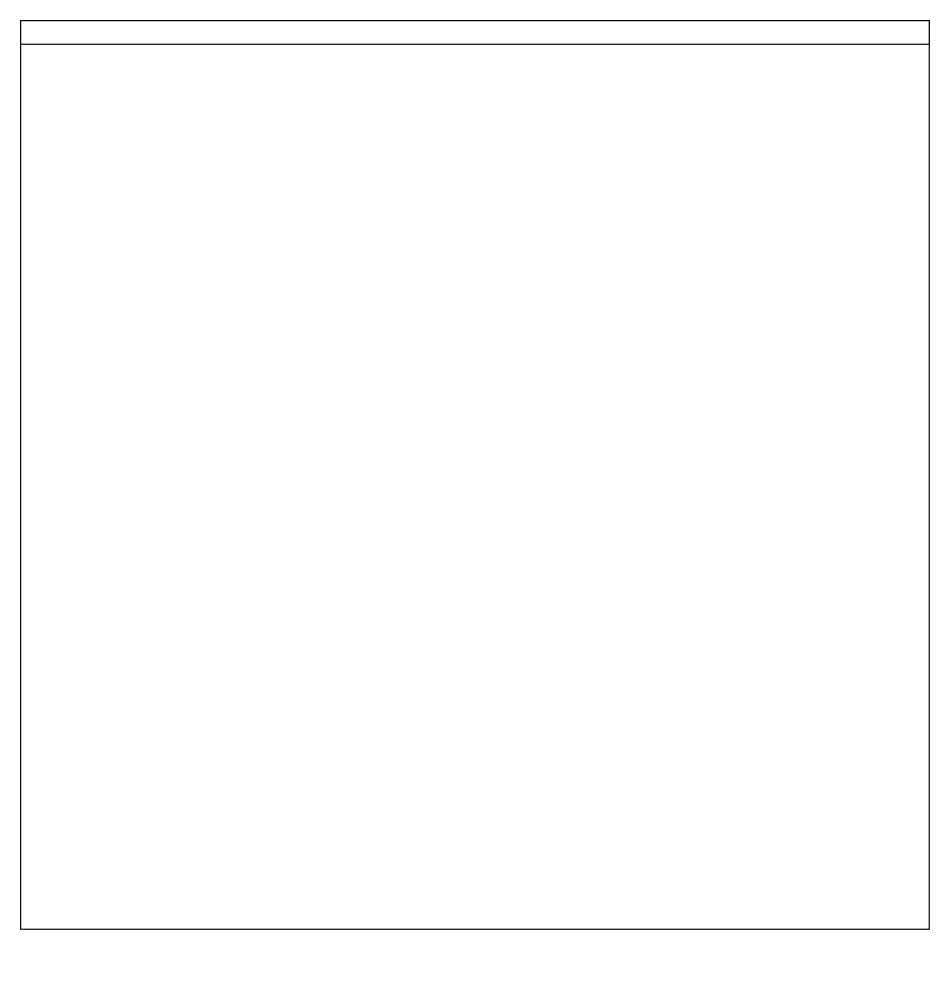
Above: Untitled Diagram.drawio in ASDAH-Digtal/pizza-program-Manuhavea (draw.io), before the change. Source tidied: cells renumbered, new cells numbered last; positions are measured from the earlier drawing's top-left corner, leaving out a move shared by most shapes. Both pictures are drawn from the tidied source at 118%, with x=0, y=0 at pixel (20, 20).
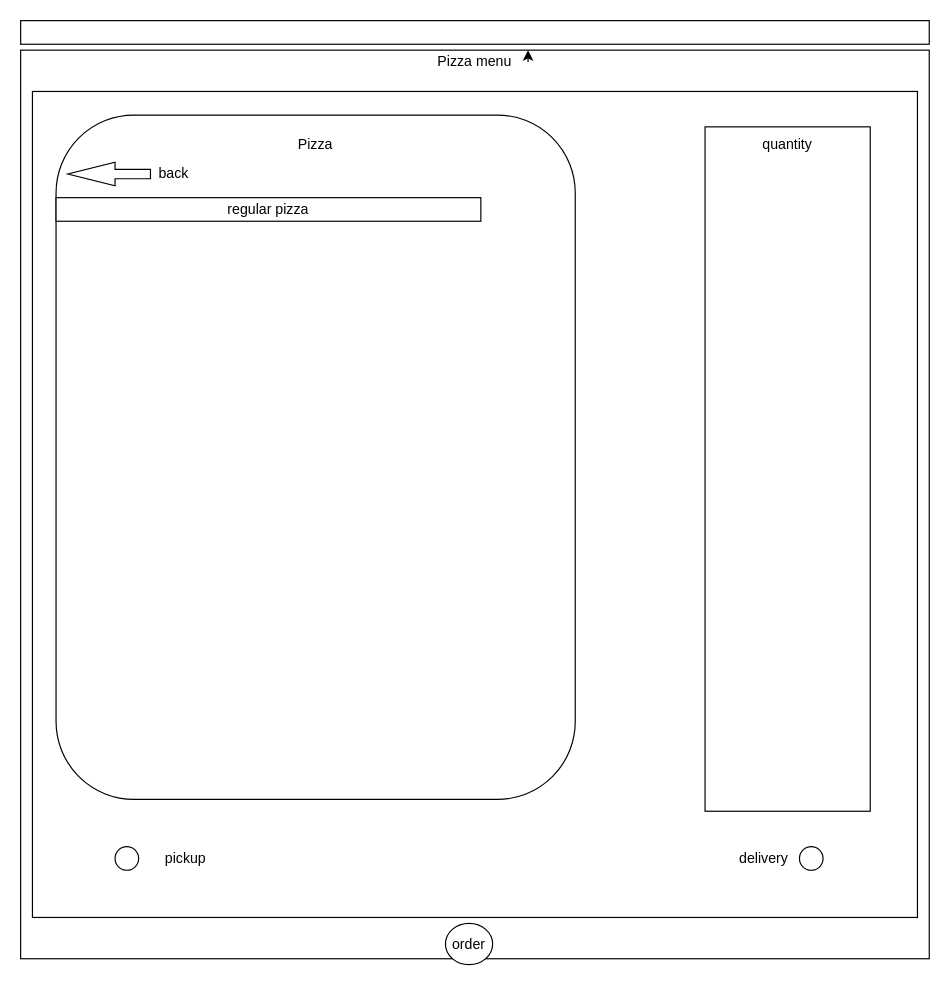
Above is the later version.

The edit, as a diff of the source:
```diff
@@
     <mxCell id="2" style="whiteSpace=wrap;html=1;" parent="1" vertex="1">
-      <mxGeometry width="770" height="770" as="geometry" />
+      <mxGeometry y="25" width="770" height="770" as="geometry" />
     </mxCell>
@@
+    <mxCell id="4" style="rounded=0;whiteSpace=wrap;html=1;" parent="1" vertex="1">
+      <mxGeometry x="10" y="60" width="750" height="700" as="geometry" />
+    </mxCell>
+    <mxCell id="5" style="rounded=1;whiteSpace=wrap;html=1;" parent="1" vertex="1">
+      <mxGeometry x="30" y="80" width="440" height="580" as="geometry" />
+    </mxCell>
+    <mxCell id="6" style="ellipse;whiteSpace=wrap;html=1;" parent="1" vertex="1">
+      <mxGeometry x="80" y="700" width="20" height="20" as="geometry" />
+    </mxCell>
+    <mxCell id="7" style="ellipse;whiteSpace=wrap;html=1;" parent="1" vertex="1">
+      <mxGeometry x="660" y="700" width="20" height="20" as="geometry" />
+    </mxCell>
+    <mxCell id="8" style="edgeStyle=orthogonalEdgeStyle;rounded=0;jettySize=auto;html=1;exitX=1;exitY=0.5;exitDx=0;exitDy=0;" parent="1" edge="1" source="9" target="2">
+      <mxGeometry relative="1" as="geometry">
+        <Array as="points">
+          <mxPoint x="440" y="50" />
+          <mxPoint x="440" y="50" />
+        </Array>
+      </mxGeometry>
+    </mxCell>
+    <mxCell id="9" value="Pizza menu" style="text;html=1;strokeColor=none;fillColor=none;align=center;verticalAlign=middle;whiteSpace=wrap;rounded=0;" parent="1" vertex="1">
+      <mxGeometry x="340" y="20" width="90" height="30" as="geometry" />
+    </mxCell>
+    <mxCell id="10" style="rounded=0;whiteSpace=wrap;html=1;" parent="1" vertex="1">
+      <mxGeometry x="580" y="90" width="140" height="580" as="geometry" />
+    </mxCell>
+    <mxCell id="11" value="quantity" style="text;html=1;strokeColor=none;fillColor=none;align=center;verticalAlign=middle;whiteSpace=wrap;rounded=0;" parent="1" vertex="1">
+      <mxGeometry x="620" y="90" width="60" height="30" as="geometry" />
+    </mxCell>
+    <mxCell id="12" value="Pizza" style="text;html=1;strokeColor=none;fillColor=none;align=center;verticalAlign=middle;whiteSpace=wrap;rounded=0;" parent="1" vertex="1">
+      <mxGeometry x="220" y="90" width="60" height="30" as="geometry" />
+    </mxCell>
+    <mxCell id="13" value="pickup" style="text;html=1;strokeColor=none;fillColor=none;align=center;verticalAlign=middle;whiteSpace=wrap;rounded=0;" parent="1" vertex="1">
+      <mxGeometry x="110" y="695" width="60" height="30" as="geometry" />
+    </mxCell>
+    <mxCell id="14" value="delivery" style="text;html=1;strokeColor=none;fillColor=none;align=center;verticalAlign=middle;whiteSpace=wrap;rounded=0;" parent="1" vertex="1">
+      <mxGeometry x="600" y="695" width="60" height="30" as="geometry" />
+    </mxCell>
+    <mxCell id="15" style="rounded=0;whiteSpace=wrap;html=1;" parent="1" vertex="1">
+      <mxGeometry x="30" y="150" width="360" height="20" as="geometry" />
+    </mxCell>
+    <mxCell id="16" style="ellipse;whiteSpace=wrap;html=1;" parent="1" vertex="1">
+      <mxGeometry x="360" y="765" width="40" height="35" as="geometry" />
+    </mxCell>
+    <mxCell id="17" value="order" style="text;html=1;strokeColor=none;fillColor=none;align=center;verticalAlign=middle;whiteSpace=wrap;rounded=0;" parent="1" vertex="1">
+      <mxGeometry x="350" y="767.5" width="60" height="30" as="geometry" />
+    </mxCell>
+    <mxCell id="18" style="html=1;shadow=0;dashed=0;align=center;verticalAlign=middle;shape=mxgraph.arrows2.arrow;dy=0.6;dx=40;flipH=1;notch=0;" parent="1" vertex="1">
+      <mxGeometry x="40" y="120" width="70" height="20" as="geometry" />
+    </mxCell>
+    <mxCell id="19" value="back" style="text;html=1;strokeColor=none;fillColor=none;align=center;verticalAlign=middle;whiteSpace=wrap;rounded=0;" parent="1" vertex="1">
+      <mxGeometry x="110" y="122.5" width="40" height="15" as="geometry" />
+    </mxCell>
+    <mxCell id="20" value="regular pizza" style="text;html=1;strokeColor=none;fillColor=none;align=center;verticalAlign=middle;whiteSpace=wrap;rounded=0;" parent="1" vertex="1">
+      <mxGeometry x="110" y="145" width="200" height="30" as="geometry" />
+    </mxCell>
```
